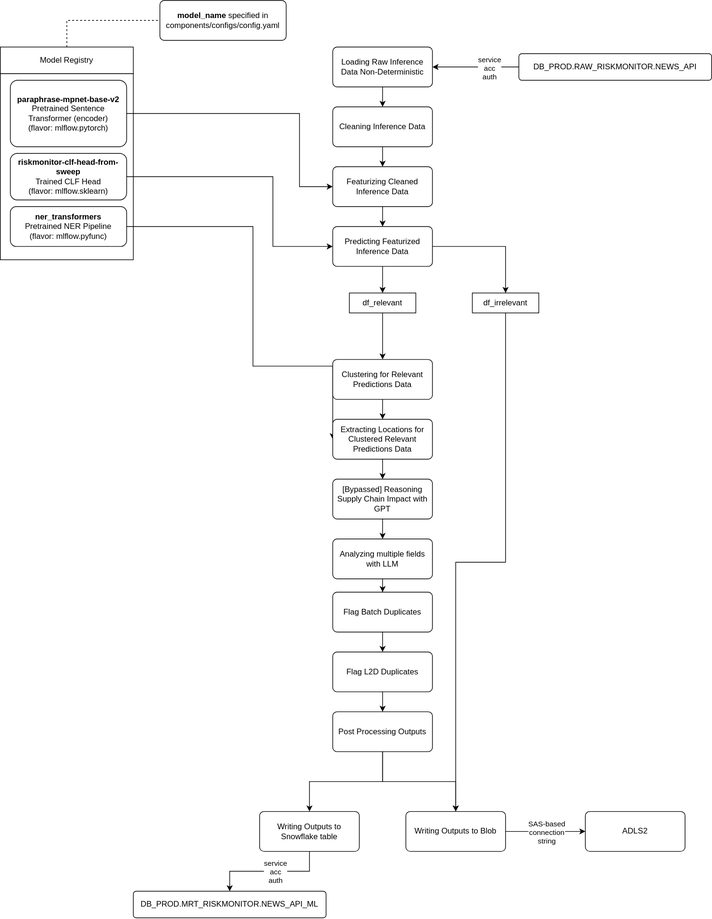
The draw.io diagram rm-newsapi-architecture.drawio.svg in joshuavaple/draw-io, before a commit. Source tidied: cells renumbered, new cells last; positions are measured from the earlier drawing's top-left corner, leaving out a move shared by most shapes. Source of this version:
```xml
<mxGraphModel>
  <root>
    <mxCell id="0" />
    <mxCell id="1" parent="0" />
    <mxCell id="2" style="rounded=0;whiteSpace=wrap;html=1;" parent="1" vertex="1">
      <mxGeometry y="110" width="200" height="280" as="geometry" />
    </mxCell>
    <mxCell id="3" style="edgeStyle=orthogonalEdgeStyle;rounded=0;jettySize=auto;html=1;exitX=0.5;exitY=0;exitDx=0;exitDy=0;entryX=0;entryY=0.5;entryDx=0;entryDy=0;endArrow=none;startFill=0;dashed=1;" parent="1" edge="1" source="4" target="11">
      <mxGeometry relative="1" as="geometry" />
    </mxCell>
    <mxCell id="4" value="Model Registry" style="rounded=0;whiteSpace=wrap;html=1;" parent="1" vertex="1">
      <mxGeometry y="70" width="200" height="40" as="geometry" />
    </mxCell>
    <mxCell id="5" style="edgeStyle=orthogonalEdgeStyle;rounded=0;jettySize=auto;html=1;exitX=1;exitY=0.5;exitDx=0;exitDy=0;entryX=0;entryY=0.5;entryDx=0;entryDy=0;" parent="1" edge="1" source="6" target="17">
      <mxGeometry relative="1" as="geometry">
        <Array as="points">
          <mxPoint x="450" y="170" />
          <mxPoint x="450" y="280" />
        </Array>
      </mxGeometry>
    </mxCell>
    <mxCell id="6" value="&lt;span&gt;&lt;/span&gt;&lt;div&gt;&lt;div&gt;&lt;b&gt;paraphrase-mpnet-base-v2&lt;/b&gt;&lt;/div&gt;&lt;div&gt;Pretrained Sentence Transformer (encoder)&lt;/div&gt;&lt;div&gt;(flavor: mlflow.pytorch)&lt;/div&gt;&lt;/div&gt;" style="rounded=1;whiteSpace=wrap;html=1;arcSize=11;" parent="1" vertex="1">
      <mxGeometry x="15" y="120" width="175" height="100" as="geometry" />
    </mxCell>
    <mxCell id="7" style="edgeStyle=orthogonalEdgeStyle;rounded=0;jettySize=auto;html=1;entryX=0;entryY=0.5;entryDx=0;entryDy=0;" parent="1" edge="1" source="8" target="20">
      <mxGeometry relative="1" as="geometry">
        <Array as="points">
          <mxPoint x="410" y="265" />
          <mxPoint x="410" y="370" />
        </Array>
      </mxGeometry>
    </mxCell>
    <mxCell id="8" value="&lt;span&gt;&lt;/span&gt;&lt;div&gt;&lt;span&gt;&lt;/span&gt;&lt;div&gt;&lt;div&gt;&lt;b&gt;riskmonitor-clf-head-from-sweep&lt;/b&gt;&lt;/div&gt;&lt;div&gt;Trained CLF Head&lt;/div&gt;&lt;div&gt;(flavor: mlflow.sklearn)&lt;/div&gt;&lt;/div&gt;&lt;/div&gt;" style="rounded=1;whiteSpace=wrap;html=1;" parent="1" vertex="1">
      <mxGeometry x="15" y="230" width="175" height="70" as="geometry" />
    </mxCell>
    <mxCell id="9" style="edgeStyle=orthogonalEdgeStyle;rounded=0;jettySize=auto;html=1;entryX=0;entryY=0.5;entryDx=0;entryDy=0;" parent="1" edge="1" source="10" target="45">
      <mxGeometry relative="1" as="geometry">
        <Array as="points">
          <mxPoint x="380" y="340" />
          <mxPoint x="380" y="550" />
        </Array>
      </mxGeometry>
    </mxCell>
    <mxCell id="10" value="&lt;span&gt;&lt;/span&gt;&lt;div&gt;&lt;span&gt;&lt;/span&gt;&lt;div&gt;&lt;span&gt;&lt;/span&gt;&lt;div&gt;&lt;div&gt;&lt;b&gt;ner_transformers&lt;/b&gt;&lt;/div&gt;&lt;div&gt;Pretrained NER Pipeline&lt;/div&gt;&lt;div&gt;(flavor: mlflow.pyfunc)&lt;/div&gt;&lt;/div&gt;&lt;/div&gt;&lt;/div&gt;" style="rounded=1;whiteSpace=wrap;html=1;" parent="1" vertex="1">
      <mxGeometry x="15" y="310" width="175" height="60" as="geometry" />
    </mxCell>
    <mxCell id="11" value="&lt;span&gt;&lt;/span&gt;&lt;div&gt;&lt;div&gt;&lt;b&gt;model_name &lt;/b&gt;specified in components/configs/config.yaml&lt;/div&gt;&lt;/div&gt;" style="rounded=1;whiteSpace=wrap;html=1;arcSize=11;" parent="1" vertex="1">
      <mxGeometry x="240" width="190" height="60" as="geometry" />
    </mxCell>
    <mxCell id="12" style="edgeStyle=orthogonalEdgeStyle;rounded=0;jettySize=auto;html=1;entryX=0.5;entryY=0;entryDx=0;entryDy=0;" parent="1" edge="1" source="13" target="15">
      <mxGeometry relative="1" as="geometry" />
    </mxCell>
    <mxCell id="13" value="&lt;span&gt;&lt;/span&gt;&lt;div&gt;&lt;span&gt;Loading Raw Inference Data Non-Deterministic&lt;/span&gt;&lt;/div&gt;" style="rounded=1;whiteSpace=wrap;html=1;arcSize=11;fontStyle=0;" parent="1" vertex="1">
      <mxGeometry x="500" y="70" width="150" height="60" as="geometry" />
    </mxCell>
    <mxCell id="14" style="edgeStyle=orthogonalEdgeStyle;rounded=0;jettySize=auto;html=1;entryX=0.5;entryY=0;entryDx=0;entryDy=0;" parent="1" edge="1" source="15" target="17">
      <mxGeometry relative="1" as="geometry" />
    </mxCell>
    <mxCell id="15" value="&lt;span&gt;&lt;/span&gt;&lt;div&gt;&lt;span&gt;Cleaning Inference Data&lt;/span&gt;&lt;/div&gt;" style="rounded=1;whiteSpace=wrap;html=1;arcSize=11;fontStyle=0;" parent="1" vertex="1">
      <mxGeometry x="500" y="160" width="150" height="60" as="geometry" />
    </mxCell>
    <mxCell id="16" style="edgeStyle=orthogonalEdgeStyle;rounded=0;jettySize=auto;html=1;" parent="1" edge="1" source="17" target="20">
      <mxGeometry relative="1" as="geometry" />
    </mxCell>
    <mxCell id="17" value="&lt;span&gt;&lt;/span&gt;&lt;div&gt;Featurizing Cleaned Inference Data&lt;/div&gt;" style="rounded=1;whiteSpace=wrap;html=1;arcSize=11;fontStyle=0;" parent="1" vertex="1">
      <mxGeometry x="500" y="250" width="150" height="60" as="geometry" />
    </mxCell>
    <mxCell id="18" style="edgeStyle=orthogonalEdgeStyle;rounded=0;jettySize=auto;html=1;entryX=0.5;entryY=0;entryDx=0;entryDy=0;" parent="1" edge="1" source="20" target="47">
      <mxGeometry relative="1" as="geometry" />
    </mxCell>
    <mxCell id="19" style="edgeStyle=orthogonalEdgeStyle;rounded=0;jettySize=auto;html=1;entryX=0.5;entryY=0;entryDx=0;entryDy=0;" parent="1" edge="1" source="20" target="49">
      <mxGeometry relative="1" as="geometry" />
    </mxCell>
    <mxCell id="20" value="&lt;span&gt;&lt;/span&gt;&lt;div&gt;Predicting Featurized Inference Data&lt;/div&gt;" style="rounded=1;whiteSpace=wrap;html=1;arcSize=11;fontStyle=0;" parent="1" vertex="1">
      <mxGeometry x="500" y="340" width="150" height="60" as="geometry" />
    </mxCell>
    <mxCell id="21" style="edgeStyle=orthogonalEdgeStyle;rounded=0;jettySize=auto;html=1;entryX=0.5;entryY=0;entryDx=0;entryDy=0;" parent="1" edge="1" source="22" target="45">
      <mxGeometry relative="1" as="geometry" />
    </mxCell>
    <mxCell id="22" value="&lt;span&gt;&lt;/span&gt;&lt;div&gt;Clustering for Relevant Predictions Data&lt;/div&gt;" style="rounded=1;whiteSpace=wrap;html=1;arcSize=11;fontStyle=0;" parent="1" vertex="1">
      <mxGeometry x="500" y="540" width="150" height="60" as="geometry" />
    </mxCell>
    <mxCell id="23" style="edgeStyle=orthogonalEdgeStyle;rounded=0;jettySize=auto;html=1;" parent="1" edge="1" source="24" target="26">
      <mxGeometry relative="1" as="geometry" />
    </mxCell>
    <mxCell id="24" value="&lt;span&gt;&lt;/span&gt;&lt;div&gt;[Bypassed] Reasoning Supply Chain Impact with GPT&lt;/div&gt;" style="rounded=1;whiteSpace=wrap;html=1;arcSize=11;fontStyle=0;" parent="1" vertex="1">
      <mxGeometry x="500" y="720" width="150" height="60" as="geometry" />
    </mxCell>
    <mxCell id="25" style="edgeStyle=orthogonalEdgeStyle;rounded=0;jettySize=auto;html=1;" parent="1" edge="1" source="26" target="28">
      <mxGeometry relative="1" as="geometry" />
    </mxCell>
    <mxCell id="26" value="&lt;span&gt;&lt;/span&gt;&lt;div&gt;Analyzing multiple fields with LLM&lt;/div&gt;" style="rounded=1;whiteSpace=wrap;html=1;arcSize=11;fontStyle=0;" parent="1" vertex="1">
      <mxGeometry x="500" y="810" width="150" height="60" as="geometry" />
    </mxCell>
    <mxCell id="27" style="edgeStyle=orthogonalEdgeStyle;rounded=0;jettySize=auto;html=1;entryX=0.5;entryY=0;entryDx=0;entryDy=0;" parent="1" edge="1" source="28" target="30">
      <mxGeometry relative="1" as="geometry" />
    </mxCell>
    <mxCell id="28" value="&lt;span&gt;&lt;/span&gt;&lt;div&gt;Flag Batch Duplicates&lt;/div&gt;" style="rounded=1;whiteSpace=wrap;html=1;arcSize=11;fontStyle=0;" parent="1" vertex="1">
      <mxGeometry x="500" y="890" width="150" height="60" as="geometry" />
    </mxCell>
    <mxCell id="29" style="edgeStyle=orthogonalEdgeStyle;rounded=0;jettySize=auto;html=1;" parent="1" edge="1" source="30" target="33">
      <mxGeometry relative="1" as="geometry" />
    </mxCell>
    <mxCell id="30" value="&lt;span&gt;&lt;/span&gt;&lt;div&gt;Flag L2D Duplicates&lt;/div&gt;" style="rounded=1;whiteSpace=wrap;html=1;arcSize=11;fontStyle=0;" parent="1" vertex="1">
      <mxGeometry x="500" y="980" width="150" height="60" as="geometry" />
    </mxCell>
    <mxCell id="31" style="edgeStyle=orthogonalEdgeStyle;rounded=0;jettySize=auto;html=1;entryX=0.5;entryY=0;entryDx=0;entryDy=0;" parent="1" edge="1" source="33" target="36">
      <mxGeometry relative="1" as="geometry" />
    </mxCell>
    <mxCell id="32" style="edgeStyle=orthogonalEdgeStyle;rounded=0;jettySize=auto;html=1;entryX=0.5;entryY=0;entryDx=0;entryDy=0;" parent="1" edge="1" source="33" target="39">
      <mxGeometry relative="1" as="geometry" />
    </mxCell>
    <mxCell id="33" value="&lt;span&gt;&lt;/span&gt;&lt;div&gt;Post Processing Outputs&lt;/div&gt;" style="rounded=1;whiteSpace=wrap;html=1;arcSize=11;fontStyle=0;" parent="1" vertex="1">
      <mxGeometry x="500" y="1070" width="150" height="60" as="geometry" />
    </mxCell>
    <mxCell id="34" style="edgeStyle=orthogonalEdgeStyle;rounded=0;jettySize=auto;html=1;" parent="1" edge="1" source="36" target="43">
      <mxGeometry relative="1" as="geometry" />
    </mxCell>
    <mxCell id="35" value="service&lt;div&gt;acc&lt;/div&gt;&lt;div&gt;auth&lt;/div&gt;" style="edgeLabel;html=1;align=center;verticalAlign=middle;" parent="34" vertex="1">
      <mxGeometry x="-0.1" relative="1" as="geometry" />
    </mxCell>
    <mxCell id="36" value="&lt;span&gt;&lt;/span&gt;&lt;div&gt;Writing Outputs to Snowflake table&lt;/div&gt;" style="rounded=1;whiteSpace=wrap;html=1;arcSize=11;fontStyle=0;" parent="1" vertex="1">
      <mxGeometry x="390" y="1220" width="150" height="60" as="geometry" />
    </mxCell>
    <mxCell id="37" style="edgeStyle=orthogonalEdgeStyle;rounded=0;jettySize=auto;html=1;entryX=0;entryY=0.5;entryDx=0;entryDy=0;" parent="1" edge="1" source="39" target="50">
      <mxGeometry relative="1" as="geometry" />
    </mxCell>
    <mxCell id="38" value="SAS-based&lt;div&gt;connection&lt;/div&gt;&lt;div&gt;string&lt;/div&gt;" style="edgeLabel;html=1;align=center;verticalAlign=middle;" parent="37" vertex="1">
      <mxGeometry x="0.03" y="-1" relative="1" as="geometry" />
    </mxCell>
    <mxCell id="39" value="&lt;span&gt;&lt;/span&gt;&lt;div&gt;Writing Outputs to Blob&lt;/div&gt;" style="rounded=1;whiteSpace=wrap;html=1;arcSize=11;fontStyle=0;" parent="1" vertex="1">
      <mxGeometry x="610" y="1220" width="150" height="60" as="geometry" />
    </mxCell>
    <mxCell id="40" style="edgeStyle=orthogonalEdgeStyle;rounded=0;jettySize=auto;html=1;exitX=0;exitY=0.5;exitDx=0;exitDy=0;entryX=1;entryY=0.5;entryDx=0;entryDy=0;" parent="1" edge="1" source="42" target="13">
      <mxGeometry relative="1" as="geometry" />
    </mxCell>
    <mxCell id="41" value="service&lt;div&gt;acc&lt;/div&gt;&lt;div&gt;auth&lt;/div&gt;" style="edgeLabel;html=1;align=center;verticalAlign=middle;" parent="40" vertex="1">
      <mxGeometry x="-0.32" y="1" relative="1" as="geometry" />
    </mxCell>
    <mxCell id="42" value="&lt;span&gt;&lt;/span&gt;&lt;div&gt;&lt;span&gt;DB_PROD.RAW_RISKMONITOR.NEWS_API&lt;/span&gt;&lt;/div&gt;" style="rounded=1;whiteSpace=wrap;html=1;arcSize=11;fontStyle=0;" parent="1" vertex="1">
      <mxGeometry x="780" y="80" width="290" height="40" as="geometry" />
    </mxCell>
    <mxCell id="43" value="&lt;span&gt;&lt;/span&gt;&lt;div&gt;&lt;span&gt;DB_PROD.MRT_RISKMONITOR.NEWS_API_ML&lt;/span&gt;&lt;/div&gt;" style="rounded=1;whiteSpace=wrap;html=1;arcSize=11;fontStyle=0;" parent="1" vertex="1">
      <mxGeometry x="200" y="1340" width="290" height="40" as="geometry" />
    </mxCell>
    <mxCell id="44" style="edgeStyle=orthogonalEdgeStyle;rounded=0;jettySize=auto;html=1;entryX=0.5;entryY=0;entryDx=0;entryDy=0;" parent="1" edge="1" source="45" target="24">
      <mxGeometry relative="1" as="geometry" />
    </mxCell>
    <mxCell id="45" value="&lt;span&gt;&lt;/span&gt;&lt;div&gt;Extracting Locations for Clustered Relevant Predictions Data&lt;/div&gt;" style="rounded=1;whiteSpace=wrap;html=1;arcSize=11;fontStyle=0;" parent="1" vertex="1">
      <mxGeometry x="500" y="630" width="150" height="60" as="geometry" />
    </mxCell>
    <mxCell id="46" style="edgeStyle=orthogonalEdgeStyle;rounded=0;jettySize=auto;html=1;entryX=0.5;entryY=0;entryDx=0;entryDy=0;" parent="1" edge="1" source="47" target="22">
      <mxGeometry relative="1" as="geometry" />
    </mxCell>
    <mxCell id="47" value="df_relevant" style="rounded=0;whiteSpace=wrap;html=1;" parent="1" vertex="1">
      <mxGeometry x="525" y="440" width="100" height="30" as="geometry" />
    </mxCell>
    <mxCell id="48" style="edgeStyle=orthogonalEdgeStyle;rounded=0;jettySize=auto;html=1;entryX=0.5;entryY=0;entryDx=0;entryDy=0;" parent="1" edge="1" source="49" target="39">
      <mxGeometry relative="1" as="geometry" />
    </mxCell>
    <mxCell id="49" value="df_irrelevant" style="rounded=0;whiteSpace=wrap;html=1;" parent="1" vertex="1">
      <mxGeometry x="710" y="440" width="100" height="30" as="geometry" />
    </mxCell>
    <mxCell id="50" value="&lt;span&gt;&lt;/span&gt;&lt;div&gt;ADLS2&lt;/div&gt;" style="rounded=1;whiteSpace=wrap;html=1;arcSize=11;fontStyle=0;" parent="1" vertex="1">
      <mxGeometry x="880" y="1220" width="150" height="60" as="geometry" />
    </mxCell>
  </root>
</mxGraphModel>
```
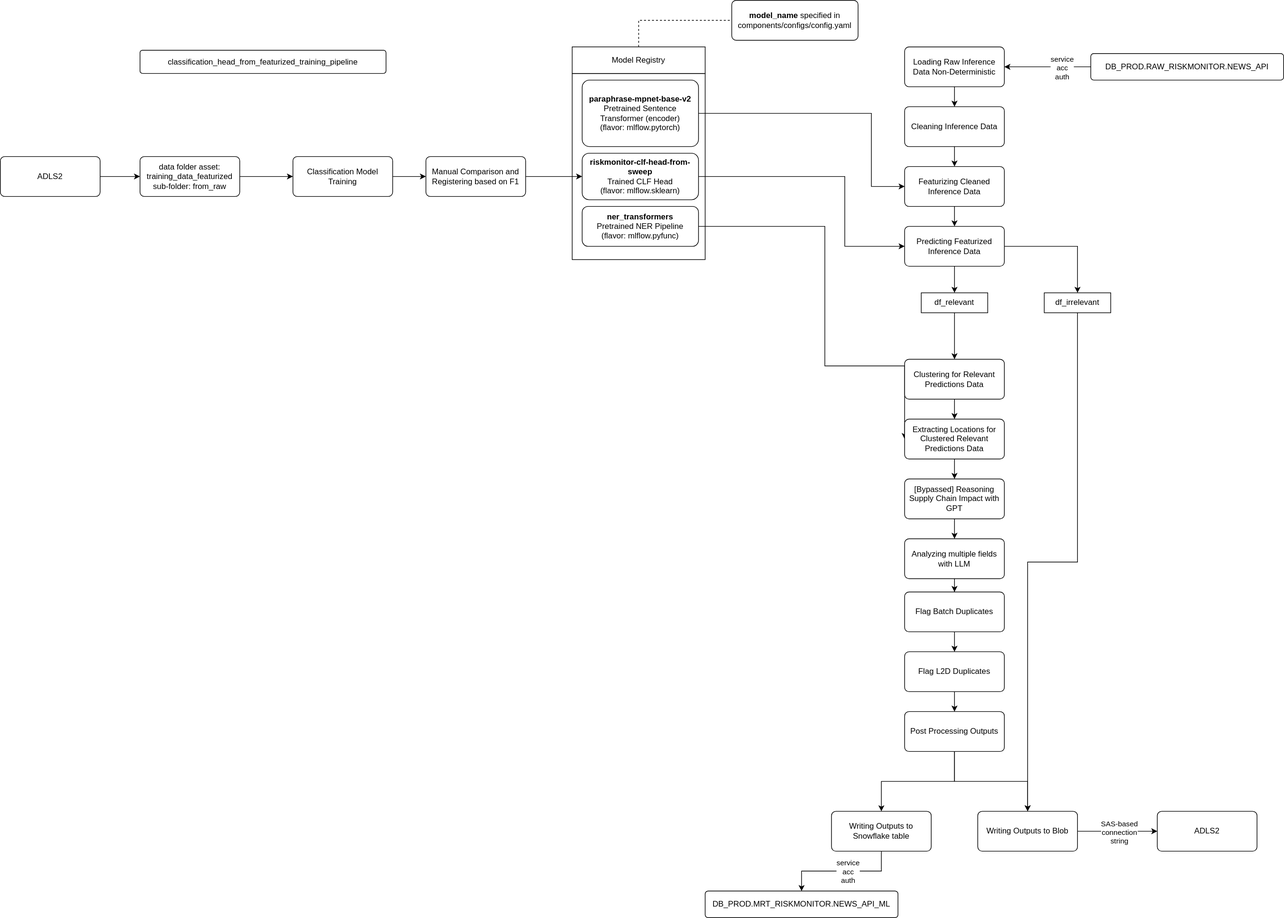
After the change.

Commit message:
added training pipeline

Diff of the diagram source:
```diff
@@ -164,5 +164,32 @@
     <mxCell id="50" value="&lt;span&gt;&lt;/span&gt;&lt;div&gt;ADLS2&lt;/div&gt;" style="rounded=1;whiteSpace=wrap;html=1;arcSize=11;fontStyle=0;" parent="1" vertex="1">
       <mxGeometry x="880" y="1220" width="150" height="60" as="geometry" />
     </mxCell>
+    <mxCell id="51" value="&lt;span&gt;&lt;/span&gt;&lt;div&gt;classification_head_from_featurized_training_pipeline&lt;/div&gt;" style="rounded=1;whiteSpace=wrap;html=1;arcSize=11;fontStyle=0;" parent="1" vertex="1">
+      <mxGeometry x="-650" y="75" width="370" height="35" as="geometry" />
+    </mxCell>
+    <mxCell id="52" style="edgeStyle=orthogonalEdgeStyle;rounded=0;jettySize=auto;html=1;" parent="1" edge="1" source="53" target="59">
+      <mxGeometry relative="1" as="geometry" />
+    </mxCell>
+    <mxCell id="53" value="&lt;span&gt;&lt;/span&gt;&lt;div&gt;&lt;span&gt;Classification Model Training&lt;/span&gt;&lt;/div&gt;" style="rounded=1;whiteSpace=wrap;html=1;arcSize=11;fontStyle=0;" parent="1" vertex="1">
+      <mxGeometry x="-420" y="235" width="150" height="60" as="geometry" />
+    </mxCell>
+    <mxCell id="54" style="edgeStyle=orthogonalEdgeStyle;rounded=0;jettySize=auto;html=1;entryX=0;entryY=0.5;entryDx=0;entryDy=0;" parent="1" edge="1" source="55" target="53">
+      <mxGeometry relative="1" as="geometry" />
+    </mxCell>
+    <mxCell id="55" value="&lt;span&gt;&lt;/span&gt;&lt;div&gt;data folder asset:&lt;/div&gt;&lt;div&gt;training_data_featurized&lt;/div&gt;&lt;div&gt;sub-folder: from_raw&lt;/div&gt;" style="rounded=1;whiteSpace=wrap;html=1;arcSize=11;fontStyle=0;" parent="1" vertex="1">
+      <mxGeometry x="-650" y="235" width="150" height="60" as="geometry" />
+    </mxCell>
+    <mxCell id="56" style="edgeStyle=orthogonalEdgeStyle;rounded=0;jettySize=auto;html=1;entryX=0;entryY=0.5;entryDx=0;entryDy=0;" parent="1" edge="1" source="57" target="55">
+      <mxGeometry relative="1" as="geometry" />
+    </mxCell>
+    <mxCell id="57" value="&lt;span&gt;&lt;/span&gt;&lt;div&gt;ADLS2&lt;/div&gt;" style="rounded=1;whiteSpace=wrap;html=1;arcSize=11;fontStyle=0;" parent="1" vertex="1">
+      <mxGeometry x="-860" y="235" width="150" height="60" as="geometry" />
+    </mxCell>
+    <mxCell id="58" style="edgeStyle=orthogonalEdgeStyle;rounded=0;jettySize=auto;html=1;" parent="1" edge="1" source="59" target="8">
+      <mxGeometry relative="1" as="geometry" />
+    </mxCell>
+    <mxCell id="59" value="&lt;span&gt;&lt;/span&gt;&lt;div&gt;&lt;span&gt;Manual Comparison and Registering based on F1&lt;/span&gt;&lt;/div&gt;" style="rounded=1;whiteSpace=wrap;html=1;arcSize=11;fontStyle=0;" parent="1" vertex="1">
+      <mxGeometry x="-220" y="235" width="150" height="60" as="geometry" />
+    </mxCell>
   </root>
 </mxGraphModel>
```
